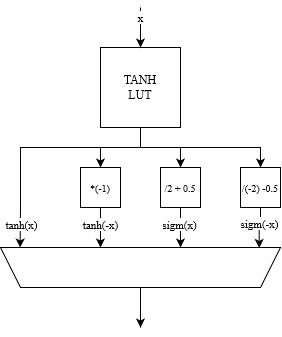
Before: slides/images/ACTU_alpha.drawio.png, a diagram exported from draw.io (AlessandroVaraldi/LSTM_ACCELERATOR). Source tidied: cells renumbered, new cells last; positions are measured from the earlier drawing's top-left corner, leaving out a move shared by most shapes.
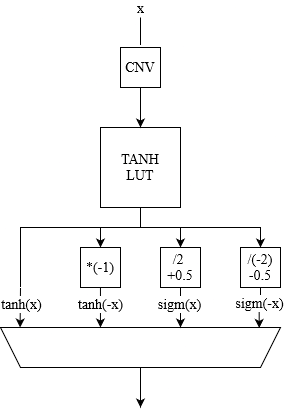
After the commit.

What changed in the source:
```diff
@@ -2,13 +2,13 @@
   <root>
     <mxCell id="0" />
     <mxCell id="1" parent="0" />
-    <mxCell id="2" style="edgeStyle=orthogonalEdgeStyle;rounded=0;jettySize=auto;html=1;entryX=0.5;entryY=0;entryDx=0;entryDy=0;" parent="1" edge="1" source="7" target="10">
+    <mxCell id="2" style="edgeStyle=orthogonalEdgeStyle;rounded=0;jettySize=auto;html=1;entryX=0.5;entryY=0;entryDx=0;entryDy=0;fontSize=14;" parent="1" edge="1" source="7" target="10">
       <mxGeometry relative="1" as="geometry" />
     </mxCell>
-    <mxCell id="3" style="edgeStyle=orthogonalEdgeStyle;rounded=0;jettySize=auto;html=1;entryX=0.5;entryY=0;entryDx=0;entryDy=0;" parent="1" edge="1" source="7" target="11">
+    <mxCell id="3" style="edgeStyle=orthogonalEdgeStyle;rounded=0;jettySize=auto;html=1;entryX=0.5;entryY=0;entryDx=0;entryDy=0;fontSize=14;" parent="1" edge="1" source="7" target="11">
       <mxGeometry relative="1" as="geometry" />
     </mxCell>
-    <mxCell id="4" style="edgeStyle=orthogonalEdgeStyle;rounded=0;jettySize=auto;html=1;entryX=0.5;entryY=0;entryDx=0;entryDy=0;" parent="1" edge="1" source="7" target="12">
+    <mxCell id="4" style="edgeStyle=orthogonalEdgeStyle;rounded=0;jettySize=auto;html=1;entryX=0.5;entryY=0;entryDx=0;entryDy=0;fontSize=14;" parent="1" edge="1" source="7" target="12">
       <mxGeometry relative="1" as="geometry">
         <Array as="points">
           <mxPoint x="140" y="140" />
@@ -16,7 +16,7 @@
         </Array>
       </mxGeometry>
     </mxCell>
-    <mxCell id="5" style="edgeStyle=orthogonalEdgeStyle;rounded=0;jettySize=auto;html=1;entryX=0.93;entryY=1;entryDx=0;entryDy=0;entryPerimeter=0;" parent="1" edge="1" source="7" target="9">
+    <mxCell id="5" style="edgeStyle=orthogonalEdgeStyle;rounded=0;jettySize=auto;html=1;entryX=0.93;entryY=1;entryDx=0;entryDy=0;entryPerimeter=0;fontSize=14;" parent="1" edge="1" source="7" target="9">
       <mxGeometry relative="1" as="geometry">
         <Array as="points">
           <mxPoint x="140" y="140" />
@@ -25,15 +25,15 @@
         </Array>
       </mxGeometry>
     </mxCell>
-    <mxCell id="6" value="tanh(x)" style="edgeLabel;html=1;align=center;verticalAlign=middle;" parent="5" vertex="1">
+    <mxCell id="6" value="tanh(x)" style="edgeLabel;html=1;align=center;verticalAlign=middle;fontSize=14;" parent="5" vertex="1">
       <mxGeometry x="0.75" y="1" relative="1" as="geometry">
         <mxPoint y="7" as="offset" />
       </mxGeometry>
     </mxCell>
-    <mxCell id="7" value="&lt;div&gt;TANH&lt;/div&gt;&lt;div&gt;LUT&lt;/div&gt;" style="whiteSpace=wrap;html=1;" parent="1" vertex="1">
+    <mxCell id="7" value="&lt;div style=&quot;font-size: 14px;&quot;&gt;TANH&lt;/div&gt;&lt;div style=&quot;font-size: 14px;&quot;&gt;LUT&lt;/div&gt;" style="whiteSpace=wrap;html=1;fontSize=14;" parent="1" vertex="1">
       <mxGeometry x="100" y="40" width="80" height="80" as="geometry" />
     </mxCell>
-    <mxCell id="8" style="edgeStyle=orthogonalEdgeStyle;rounded=0;jettySize=auto;html=1;" parent="1" edge="1" source="9">
+    <mxCell id="8" style="edgeStyle=orthogonalEdgeStyle;rounded=0;jettySize=auto;html=1;fontSize=14;" parent="1" edge="1" source="9">
       <mxGeometry relative="1" as="geometry">
         <mxPoint x="140" y="320" as="targetPoint" />
         <Array as="points">
@@ -42,51 +42,59 @@
         </Array>
       </mxGeometry>
     </mxCell>
-    <mxCell id="9" style="shape=trapezoid;perimeter=trapezoidPerimeter;whiteSpace=wrap;html=1;fixedSize=1;rotation=-180;" parent="1" vertex="1">
+    <mxCell id="9" style="shape=trapezoid;perimeter=trapezoidPerimeter;whiteSpace=wrap;html=1;fixedSize=1;rotation=-180;fontSize=14;" parent="1" vertex="1">
       <mxGeometry y="240" width="280" height="40" as="geometry" />
     </mxCell>
-    <mxCell id="10" value="&lt;font style=&quot;font-size: 10px;&quot;&gt;*(-1)&lt;/font&gt;" style="whiteSpace=wrap;html=1;" parent="1" vertex="1">
+    <mxCell id="10" value="&lt;font style=&quot;font-size: 14px;&quot;&gt;*(-1)&lt;/font&gt;" style="whiteSpace=wrap;html=1;fontSize=14;" parent="1" vertex="1">
       <mxGeometry x="80" y="160" width="40" height="40" as="geometry" />
     </mxCell>
-    <mxCell id="11" value="&lt;font style=&quot;font-size: 10px;&quot;&gt;/2 + 0.5&lt;/font&gt;" style="whiteSpace=wrap;html=1;" parent="1" vertex="1">
+    <mxCell id="11" value="&lt;div&gt;&lt;font style=&quot;font-size: 14px;&quot;&gt;/2&amp;nbsp;&lt;/font&gt;&lt;/div&gt;&lt;div&gt;&lt;font style=&quot;font-size: 14px;&quot;&gt;+0.5&lt;/font&gt;&lt;/div&gt;" style="whiteSpace=wrap;html=1;fontSize=14;" parent="1" vertex="1">
       <mxGeometry x="160" y="160" width="40" height="40" as="geometry" />
     </mxCell>
-    <mxCell id="12" value="&lt;font style=&quot;font-size: 10px;&quot;&gt;/(-2) -0.5&lt;/font&gt;" style="whiteSpace=wrap;html=1;" parent="1" vertex="1">
+    <mxCell id="12" value="&lt;font style=&quot;font-size: 14px;&quot;&gt;/(-2) -0.5&lt;/font&gt;" style="whiteSpace=wrap;html=1;fontSize=14;" parent="1" vertex="1">
       <mxGeometry x="240" y="160" width="40" height="40" as="geometry" />
     </mxCell>
-    <mxCell id="13" style="edgeStyle=orthogonalEdgeStyle;rounded=0;jettySize=auto;html=1;entryX=0.643;entryY=1;entryDx=0;entryDy=0;entryPerimeter=0;" parent="1" edge="1" source="10" target="9">
+    <mxCell id="13" style="edgeStyle=orthogonalEdgeStyle;rounded=0;jettySize=auto;html=1;entryX=0.643;entryY=1;entryDx=0;entryDy=0;entryPerimeter=0;fontSize=14;" parent="1" edge="1" source="10" target="9">
       <mxGeometry relative="1" as="geometry" />
     </mxCell>
-    <mxCell id="14" value="tanh(-x)" style="edgeLabel;html=1;align=center;verticalAlign=middle;" parent="13" vertex="1">
+    <mxCell id="14" value="tanh(-x)" style="edgeLabel;html=1;align=center;verticalAlign=middle;fontSize=14;" parent="13" vertex="1">
       <mxGeometry x="-0.18" y="2" relative="1" as="geometry">
         <mxPoint x="-2" as="offset" />
       </mxGeometry>
     </mxCell>
-    <mxCell id="15" style="edgeStyle=orthogonalEdgeStyle;rounded=0;jettySize=auto;html=1;" parent="1" edge="1" source="11">
+    <mxCell id="15" style="edgeStyle=orthogonalEdgeStyle;rounded=0;jettySize=auto;html=1;fontSize=14;" parent="1" edge="1" source="11">
       <mxGeometry relative="1" as="geometry">
         <mxPoint x="180" y="240" as="targetPoint" />
       </mxGeometry>
     </mxCell>
-    <mxCell id="16" value="sigm(x)" style="edgeLabel;html=1;align=center;verticalAlign=middle;" parent="15" vertex="1">
+    <mxCell id="16" value="sigm(x)" style="edgeLabel;html=1;align=center;verticalAlign=middle;fontSize=14;" parent="15" vertex="1">
       <mxGeometry x="-0.19" y="-1" relative="1" as="geometry" />
     </mxCell>
-    <mxCell id="17" style="edgeStyle=orthogonalEdgeStyle;rounded=0;jettySize=auto;html=1;entryX=0.076;entryY=0.989;entryDx=0;entryDy=0;entryPerimeter=0;" parent="1" edge="1" source="12" target="9">
+    <mxCell id="17" style="edgeStyle=orthogonalEdgeStyle;rounded=0;jettySize=auto;html=1;entryX=0.076;entryY=0.989;entryDx=0;entryDy=0;entryPerimeter=0;fontSize=14;" parent="1" edge="1" source="12" target="9">
       <mxGeometry relative="1" as="geometry" />
     </mxCell>
-    <mxCell id="18" value="sigm(-x)" style="edgeLabel;html=1;align=center;verticalAlign=middle;" parent="17" vertex="1">
+    <mxCell id="18" value="sigm(-x)" style="edgeLabel;html=1;align=center;verticalAlign=middle;fontSize=14;" parent="17" vertex="1">
       <mxGeometry x="0.09" y="-2" relative="1" as="geometry">
         <mxPoint x="2" y="-6" as="offset" />
       </mxGeometry>
     </mxCell>
-    <mxCell id="19" style="endArrow=classic;html=1;rounded=0;entryX=0.5;entryY=0;entryDx=0;entryDy=0;" parent="1" edge="1" target="7">
+    <mxCell id="19" style="endArrow=classic;html=1;rounded=0;entryX=0.5;entryY=0;entryDx=0;entryDy=0;fontSize=14;" parent="1" edge="1" target="7">
       <mxGeometry relative="1" as="geometry">
-        <mxPoint x="140" as="sourcePoint" />
+        <mxPoint x="140" y="-70" as="sourcePoint" />
       </mxGeometry>
     </mxCell>
-    <mxCell id="20" value="x" style="edgeLabel;html=1;align=center;verticalAlign=middle;" parent="19" vertex="1">
+    <mxCell id="20" value="x" style="edgeLabel;html=1;align=center;verticalAlign=middle;fontSize=14;" parent="19" vertex="1">
       <mxGeometry x="-0.26" y="-2" relative="1" as="geometry">
         <mxPoint x="2" y="-5" as="offset" />
       </mxGeometry>
     </mxCell>
+    <mxCell id="21" value="x" style="edgeLabel;html=1;align=center;verticalAlign=middle;fontSize=14;" parent="19" vertex="1">
+      <mxGeometry x="0.39" relative="1" as="geometry">
+        <mxPoint y="-86" as="offset" />
+      </mxGeometry>
+    </mxCell>
+    <mxCell id="22" value="CNV" style="whiteSpace=wrap;html=1;fontSize=14;" parent="1" vertex="1">
+      <mxGeometry x="120" y="-40" width="40" height="40" as="geometry" />
+    </mxCell>
   </root>
 </mxGraphModel>
```
